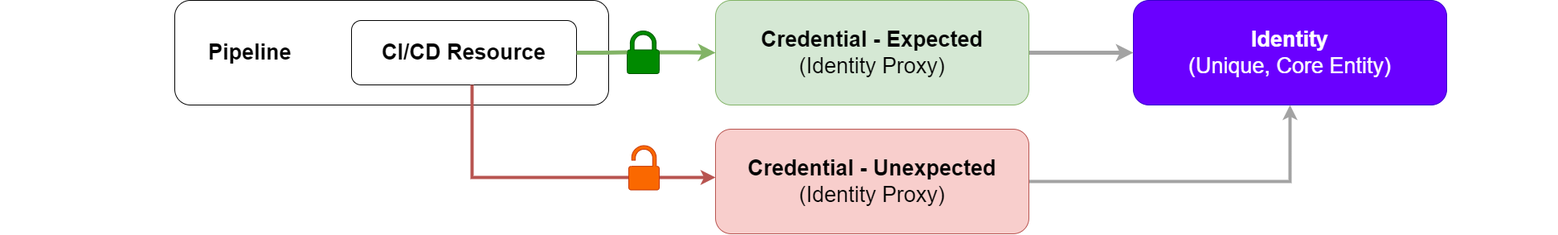
ytimyno/ytimyno.github.io keeps this draw.io diagram as images/tm_generic_identityproxy.png. Above is the earlier version. Source tidied: cells renumbered, new cells last; positions are measured from the earlier drawing's top-left corner, leaving out a move shared by most shapes.
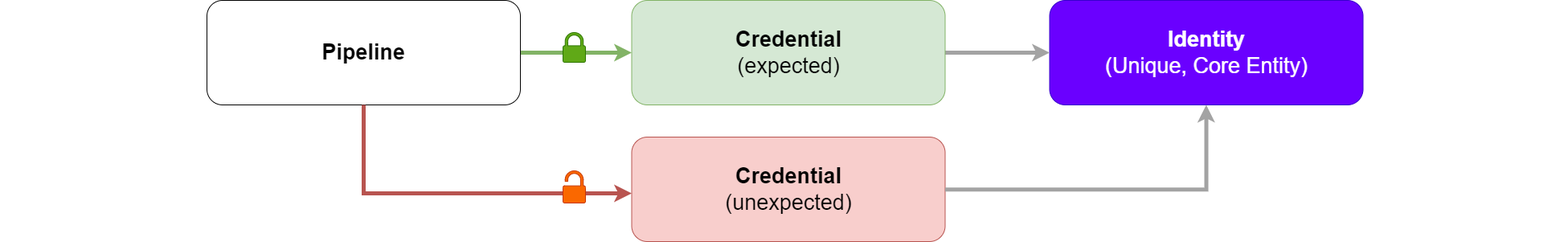
The same diagram one commit later.

What changed in the source:
```diff
@@ -2,61 +2,45 @@
   <root>
     <mxCell id="0" />
     <mxCell id="1" parent="0" />
-    <mxCell id="2" value="&lt;b style=&quot;font-size: 27px;&quot;&gt;Pipeline&lt;/b&gt;" style="rounded=1;whiteSpace=wrap;html=1;fontSize=27;align=left;spacingLeft=40;" parent="1" vertex="1">
-      <mxGeometry x="217" width="540" height="130" as="geometry" />
+    <mxCell id="2" value="&lt;b style=&quot;font-size: 27px;&quot;&gt;Identity &lt;/b&gt;&lt;br style=&quot;font-size: 27px;&quot;&gt;&lt;font style=&quot;font-size: 27px;&quot;&gt;(Unique, Core Entity)&lt;/font&gt;" style="rounded=1;whiteSpace=wrap;html=1;fillColor=#6a00ff;fontColor=#ffffff;strokeColor=#3700CC;fontSize=27;" parent="1" vertex="1">
+      <mxGeometry x="1332.5" y="800" width="390" height="130" as="geometry" />
     </mxCell>
-    <mxCell id="3" value="&lt;b style=&quot;font-size: 27px;&quot;&gt;Identity &lt;/b&gt;&lt;br style=&quot;font-size: 27px;&quot;&gt;&lt;font style=&quot;font-size: 27px;&quot;&gt;(Unique, Core Entity)&lt;/font&gt;" style="rounded=1;whiteSpace=wrap;html=1;fillColor=#6a00ff;fontColor=#ffffff;strokeColor=#3700CC;fontSize=27;" parent="1" vertex="1">
-      <mxGeometry x="1410" width="390" height="130" as="geometry" />
+    <mxCell id="3" style="edgeStyle=orthogonalEdgeStyle;rounded=0;jettySize=auto;html=1;fontSize=27;strokeWidth=5;strokeColor=#A3A3A3;fillColor=#d5e8d4;" parent="1" edge="1" source="4" target="2">
+      <mxGeometry relative="1" as="geometry" />
     </mxCell>
-    <mxCell id="4" style="edgeStyle=orthogonalEdgeStyle;rounded=0;jettySize=auto;html=1;fontSize=27;strokeWidth=5;strokeColor=#A3A3A3;" parent="1" edge="1" source="5" target="3">
-      <mxGeometry relative="1" as="geometry" />
+    <mxCell id="4" value="&lt;b style=&quot;font-size: 27px;&quot;&gt;Credential&lt;/b&gt;&lt;br style=&quot;font-size: 27px;&quot;&gt;&lt;font style=&quot;font-size: 27px;&quot;&gt;(expected)&lt;/font&gt;" style="rounded=1;whiteSpace=wrap;html=1;fontSize=27;fillColor=#d5e8d4;strokeColor=#82b366;" parent="1" vertex="1">
+      <mxGeometry x="812.5" y="800" width="390" height="130" as="geometry" />
     </mxCell>
-    <mxCell id="5" value="&lt;b style=&quot;font-size: 27px;&quot;&gt;Credential - Expected&lt;/b&gt;&lt;br style=&quot;font-size: 27px;&quot;&gt;&lt;font style=&quot;font-size: 27px;&quot;&gt;(Identity Proxy)&lt;/font&gt;" style="rounded=1;whiteSpace=wrap;html=1;fontSize=27;fillColor=#d5e8d4;strokeColor=#82b366;" parent="1" vertex="1">
-      <mxGeometry x="890" width="390" height="130" as="geometry" />
+    <mxCell id="5" style="edgeStyle=orthogonalEdgeStyle;rounded=0;jettySize=auto;html=1;fontSize=27;strokeWidth=5;strokeColor=#82b366;fillColor=#d5e8d4;" parent="1" edge="1" source="6" target="4">
+      <mxGeometry relative="1" as="geometry" />
     </mxCell>
-    <mxCell id="6" style="edgeStyle=orthogonalEdgeStyle;rounded=0;jettySize=auto;html=1;fontSize=27;strokeWidth=5;strokeColor=#82b366;fillColor=#d5e8d4;startArrow=none;" parent="1" edge="1" source="11" target="5">
-      <mxGeometry relative="1" as="geometry" />
+    <mxCell id="6" value="&lt;b&gt;Pipeline&lt;/b&gt;" style="rounded=1;whiteSpace=wrap;html=1;fontSize=27;" parent="1" vertex="1">
+      <mxGeometry x="284" y="800" width="390" height="130" as="geometry" />
     </mxCell>
-    <mxCell id="7" style="edgeStyle=orthogonalEdgeStyle;rounded=0;jettySize=auto;html=1;fillColor=#f8cecc;strokeColor=#b85450;strokeWidth=4;startArrow=none;" parent="1" edge="1" source="14" target="10">
-      <mxGeometry relative="1" as="geometry">
-        <Array as="points">
-          <mxPoint x="857" y="220" />
-          <mxPoint x="857" y="220" />
-        </Array>
-      </mxGeometry>
+    <mxCell id="7" style="shape=waypoint;sketch=0;size=6;fillColor=none;perimeter=centerPerimeter;strokeColor=#ec2222;fontSize=27;fontColor=#FFFFFF;textOpacity=0;opacity=0;" parent="1" vertex="1">
+      <mxGeometry x="1937" y="845" width="40" height="40" as="geometry" />
     </mxCell>
-    <mxCell id="8" value="&lt;b style=&quot;font-size: 27px;&quot;&gt;CI/CD Resource&lt;/b&gt;" style="rounded=1;whiteSpace=wrap;html=1;fontSize=27;" parent="1" vertex="1">
-      <mxGeometry x="437" y="25" width="280" height="80" as="geometry" />
+    <mxCell id="8" style="shape=waypoint;sketch=0;size=6;points=[];fillColor=none;perimeter=centerPerimeter;snapToPoint=1;strokeColor=#ec2222;fontSize=27;fontColor=#FFFFFF;textOpacity=0;opacity=0;" parent="1" vertex="1">
+      <mxGeometry x="27" y="830" width="40" height="40" as="geometry" />
     </mxCell>
-    <mxCell id="9" style="edgeStyle=orthogonalEdgeStyle;rounded=0;jettySize=auto;html=1;strokeWidth=4;strokeColor=#A3A3A3;" parent="1" edge="1" source="10" target="3">
-      <mxGeometry relative="1" as="geometry" />
+    <mxCell id="9" value="&lt;b style=&quot;font-size: 27px;&quot;&gt;Credential&lt;/b&gt;&lt;br style=&quot;font-size: 27px;&quot;&gt;&lt;font style=&quot;font-size: 27px;&quot;&gt;(unexpected)&lt;/font&gt;" style="rounded=1;whiteSpace=wrap;html=1;fontSize=27;fillColor=#f8cecc;strokeColor=#b85450;" parent="1" vertex="1">
+      <mxGeometry x="812.5" y="970" width="390" height="130" as="geometry" />
     </mxCell>
-    <mxCell id="10" value="&lt;b style=&quot;font-size: 27px;&quot;&gt;Credential - Unexpected&lt;/b&gt;&lt;br style=&quot;font-size: 27px;&quot;&gt;&lt;font style=&quot;font-size: 27px;&quot;&gt;(Identity Proxy)&lt;/font&gt;" style="rounded=1;whiteSpace=wrap;html=1;fontSize=27;fillColor=#f8cecc;strokeColor=#b85450;" parent="1" vertex="1">
-      <mxGeometry x="890" y="160" width="390" height="130" as="geometry" />
+    <mxCell id="10" style="edgeStyle=orthogonalEdgeStyle;rounded=0;jettySize=auto;html=1;fontSize=27;strokeWidth=5;strokeColor=#A3A3A3;fillColor=#d5e8d4;" parent="1" edge="1" source="9" target="2">
+      <mxGeometry relative="1" as="geometry" />
     </mxCell>
-    <mxCell id="11" style="sketch=0;shadow=0;dashed=0;html=1;strokeColor=#005700;fillColor=#008a00;labelPosition=center;verticalLabelPosition=bottom;verticalAlign=top;outlineConnect=0;align=center;shape=mxgraph.office.security.lock_protected;fontColor=#ffffff;" parent="1" vertex="1">
-      <mxGeometry x="780" y="38" width="40" height="53" as="geometry" />
+    <mxCell id="11" style="edgeStyle=orthogonalEdgeStyle;rounded=0;jettySize=auto;html=1;fontSize=27;strokeWidth=5;strokeColor=#b85450;fillColor=#f8cecc;" parent="1" edge="1" source="6" target="9">
+      <mxGeometry relative="1" as="geometry">
+        <Array as="points">
+          <mxPoint x="479" y="1040" />
+        </Array>
+      </mxGeometry>
     </mxCell>
-    <mxCell id="12" style="edgeStyle=orthogonalEdgeStyle;rounded=0;jettySize=auto;html=1;fontSize=27;strokeWidth=5;strokeColor=#82b366;fillColor=#d5e8d4;endArrow=none;" parent="1" edge="1" source="8" target="11">
-      <mxGeometry relative="1" as="geometry" />
+    <mxCell id="12" style="sketch=0;shadow=0;dashed=0;html=1;strokeColor=#2D7600;fillColor=#60a917;labelPosition=center;verticalLabelPosition=bottom;verticalAlign=top;align=center;shape=mxgraph.office.security.lock_protected;fontColor=#ffffff;" parent="1" vertex="1">
+      <mxGeometry x="727" y="840" width="28" height="37" as="geometry" />
     </mxCell>
-    <mxCell id="13" style="edgeStyle=orthogonalEdgeStyle;rounded=0;jettySize=auto;html=1;fillColor=#f8cecc;strokeColor=#b85450;strokeWidth=4;endArrow=none;" parent="1" edge="1" source="8">
-      <mxGeometry relative="1" as="geometry">
-        <mxPoint x="782" y="218" as="targetPoint" />
-        <Array as="points">
-          <mxPoint x="587" y="220" />
-          <mxPoint x="782" y="220" />
-        </Array>
-      </mxGeometry>
+    <mxCell id="13" style="sketch=0;shadow=0;dashed=0;html=1;strokeColor=#C73500;fillColor=#fa6800;labelPosition=center;verticalLabelPosition=bottom;verticalAlign=top;align=center;shape=mxgraph.office.security.lock_unprotected;fontColor=#000000;" parent="1" vertex="1">
+      <mxGeometry x="727" y="1012" width="28" height="40" as="geometry" />
     </mxCell>
-    <mxCell id="14" style="sketch=0;shadow=0;dashed=0;html=1;strokeColor=#C73500;fillColor=#fa6800;labelPosition=center;verticalLabelPosition=bottom;verticalAlign=top;outlineConnect=0;align=center;shape=mxgraph.office.security.lock_unprotected;fontColor=#000000;" parent="1" vertex="1">
-      <mxGeometry x="782" y="180.5" width="38" height="55" as="geometry" />
-    </mxCell>
-    <mxCell id="15" style="shape=waypoint;sketch=0;size=6;fillColor=none;perimeter=centerPerimeter;strokeColor=#ec2222;fontSize=27;fontColor=#FFFFFF;textOpacity=0;opacity=0;" parent="1" vertex="1">
-      <mxGeometry x="1897" y="51" width="40" height="40" as="geometry" />
-    </mxCell>
-    <mxCell id="16" style="shape=waypoint;sketch=0;size=6;fillColor=none;perimeter=centerPerimeter;strokeColor=#ec2222;fontSize=27;fontColor=#FFFFFF;textOpacity=0;opacity=0;" parent="1" vertex="1">
-      <mxGeometry y="60" width="40" height="40" as="geometry" />
-    </mxCell>
   </root>
 </mxGraphModel>
```
